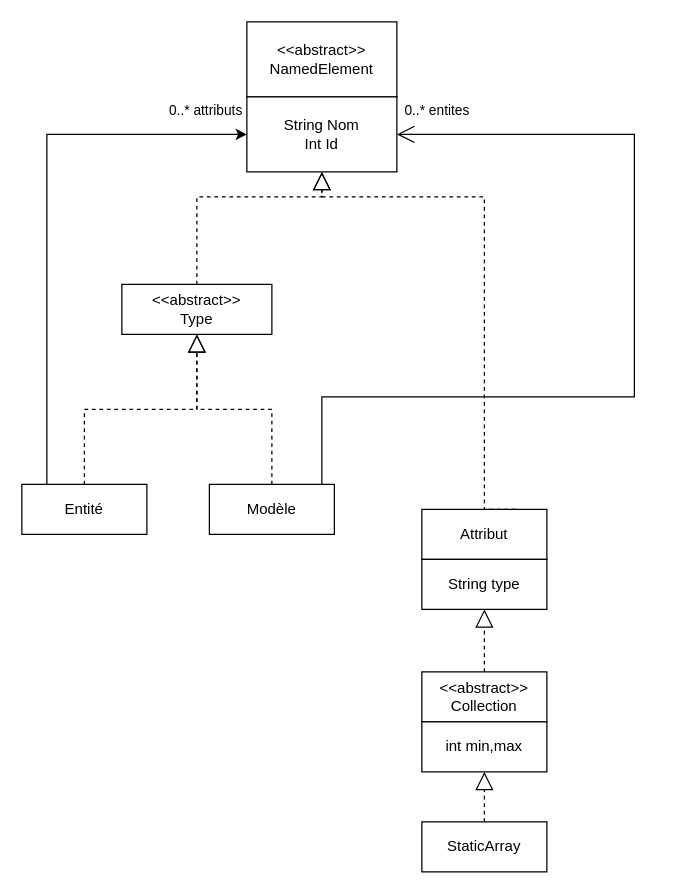
DocR3D/META-PLANTEC-PROJET keeps this draw.io diagram as ProjetMetaUML.drawio. Above is the earlier version. Source tidied: cells renumbered, new cells numbered last; positions are measured from the earlier drawing's top-left corner, leaving out a move shared by most shapes. Both pictures are drawn from the tidied source at 125%, with x=0, y=0 at pixel (21, 21).
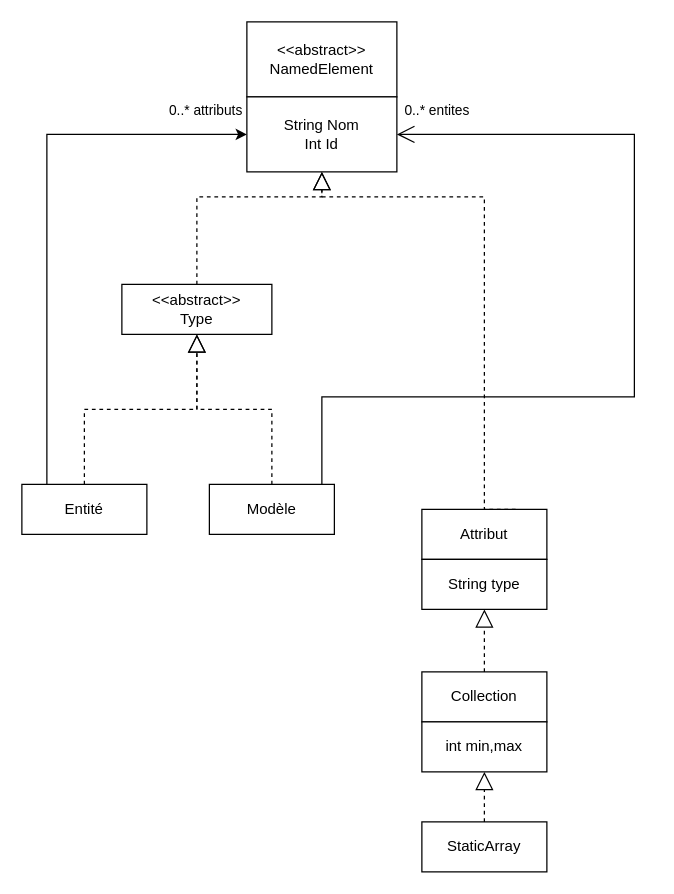
Above is the later version.

Commit message (it also covers changes not shown here):
Update mineur du diagramme

Change to the diagram source:
```diff
@@
-    <mxCell id="7" value="&amp;lt;&amp;lt;abstract&amp;gt;&amp;gt;&lt;br&gt;Collection" style="whiteSpace=wrap;html=1;align=center;" parent="1" vertex="1">
+    <mxCell id="7" value="Collection" style="whiteSpace=wrap;html=1;align=center;" parent="1" vertex="1">
       <mxGeometry x="320" y="520" width="100" height="40" as="geometry" />
     </mxCell>
```
